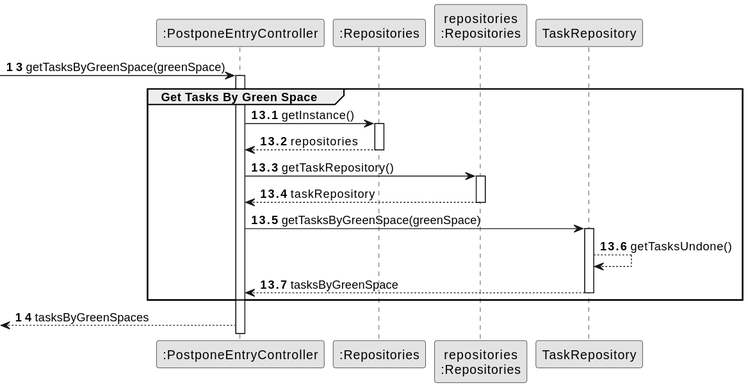
Before: docs/sprintC/us025/03.design/svg/us025-sequence-diagram-partial-get-tasks-by-green-space.svg, a diagram exported from PlantUML (Departamento-de-Engenharia-Informatica/lei-24-s2-1dm-g132).
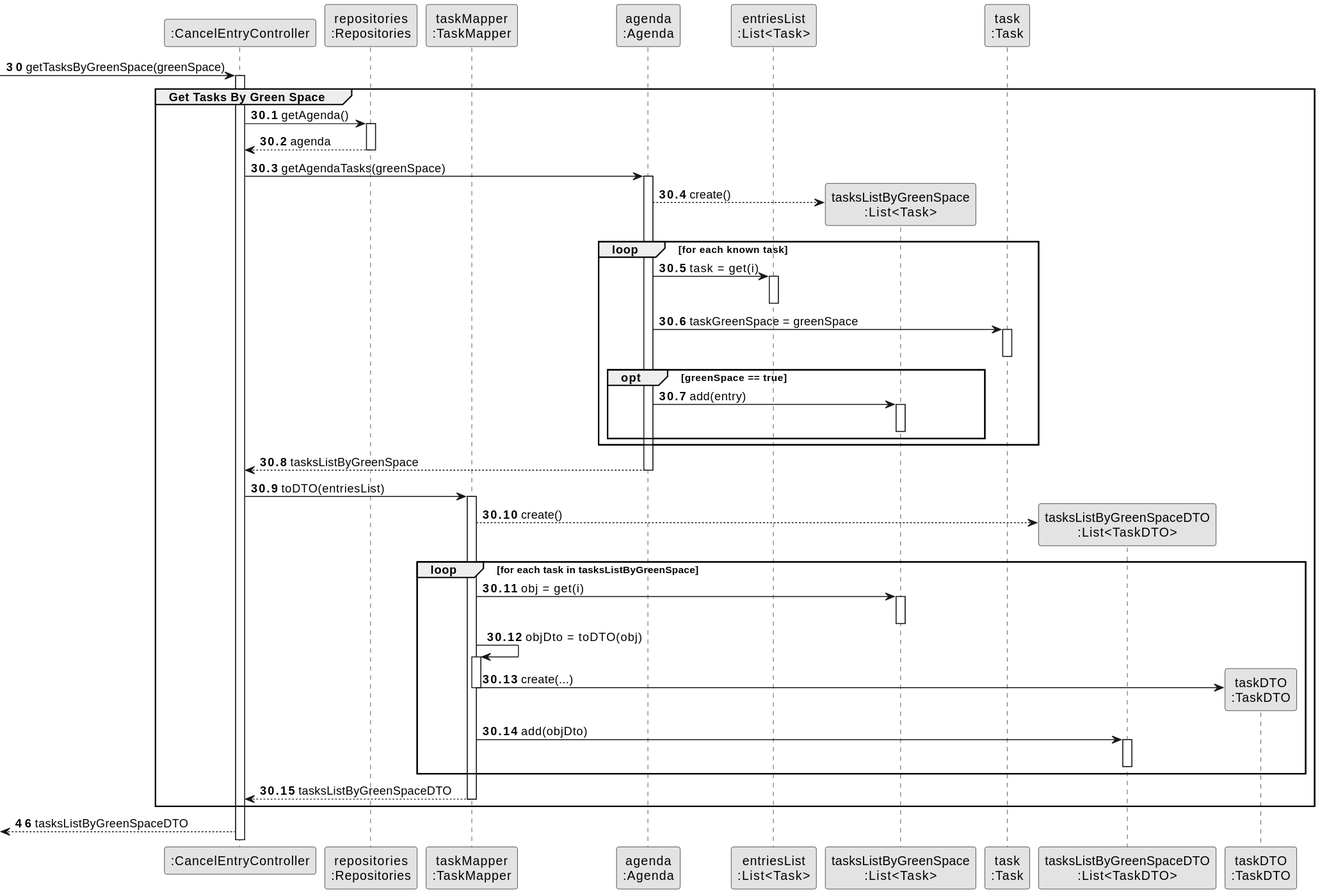
Later version of the same file.

Change to the diagram source:
```diff
@@ -3,39 +3,82 @@
 skinparam packageStyle rectangle
 skinparam shadowing false
 
-participant ":PostponeEntryController" as CTRL
-participant ":Repositories" as RepositorySingleton
+participant ":CancelEntryController" as CTRL
 participant "repositories\n:Repositories" as PLAT
-participant "TaskRepository" as TaskRepository
+participant "taskMapper\n:TaskMapper" as TaskMapper
+participant "agenda\n:Agenda" as Agenda
+participant "entriesList\n:List<Task>" as entriesList
+participant "tasksListByGreenSpace\n:List<Task>" as tasksListByGreenSpace
+participant "task\n:Task" as task
+participant "tasksListByGreenSpaceDTO\n:List<TaskDTO>" as tasksListByGreenSpaceDTO
+participant "taskDTO\n:TaskDTO" as TaskDTO
 
-autonumber 13
+autonumber 30
 -> CTRL : getTasksByGreenSpace(greenSpace)
 
-autonumber 13.1
+autonumber 30.1
 
 activate CTRL
     group Get Tasks By Green Space
-           CTRL -> RepositorySingleton : getInstance()
-           activate RepositorySingleton
-
-           RepositorySingleton --> CTRL: repositories
-           deactivate RepositorySingleton
-
-           CTRL -> PLAT : getTaskRepository()
+           CTRL -> PLAT : getAgenda()
            activate PLAT
 
-           PLAT --> CTRL: taskRepository
+           PLAT --> CTRL : agenda
            deactivate PLAT
 
-           CTRL -> TaskRepository : getTasksByGreenSpace(greenSpace)
-           activate TaskRepository
+           CTRL -> Agenda : getAgendaTasks(greenSpace)
+           activate Agenda
 
-           TaskRepository --> TaskRepository : getTasksUndone()
+           Agenda --> tasksListByGreenSpace** : create()
 
-           TaskRepository --> CTRL : tasksByGreenSpace
-           deactivate TaskRepository
+           loop for each known task
+
+           Agenda -> entriesList : task = get(i)
+           activate entriesList
+           deactivate entriesList
+
+           Agenda -> task : taskGreenSpace = greenSpace
+           activate task
+           deactivate task
+
+           opt greenSpace == true
+           Agenda -> tasksListByGreenSpace : add(entry)
+           activate tasksListByGreenSpace
+           deactivate tasksListByGreenSpace
+           end opt
+
+           end loop
+
+           Agenda --> CTRL : tasksListByGreenSpace
+           deactivate Agenda
+
+           CTRL -> TaskMapper : toDTO(entriesList)
+           activate TaskMapper
+
+           TaskMapper --> tasksListByGreenSpaceDTO** : create()
+
+           loop for each task in tasksListByGreenSpace
+
+           TaskMapper -> tasksListByGreenSpace : obj = get(i)
+           activate tasksListByGreenSpace
+           deactivate tasksListByGreenSpace
+
+           TaskMapper -> TaskMapper : objDto = toDTO(obj)
+           activate TaskMapper
+
+           TaskMapper -> TaskDTO** : create(...)
+           deactivate TaskMapper
+
+           TaskMapper -> tasksListByGreenSpaceDTO : add(objDto)
+           activate tasksListByGreenSpaceDTO
+           deactivate tasksListByGreenSpaceDTO
+
+           end loop
+
+           TaskMapper --> CTRL : tasksListByGreenSpaceDTO
+           deactivate TaskMapper
 
 end group
-autonumber 14
-<-- CTRL : tasksByGreenSpaces
+autonumber 46
+<-- CTRL : tasksListByGreenSpaceDTO
 @enduml
```
